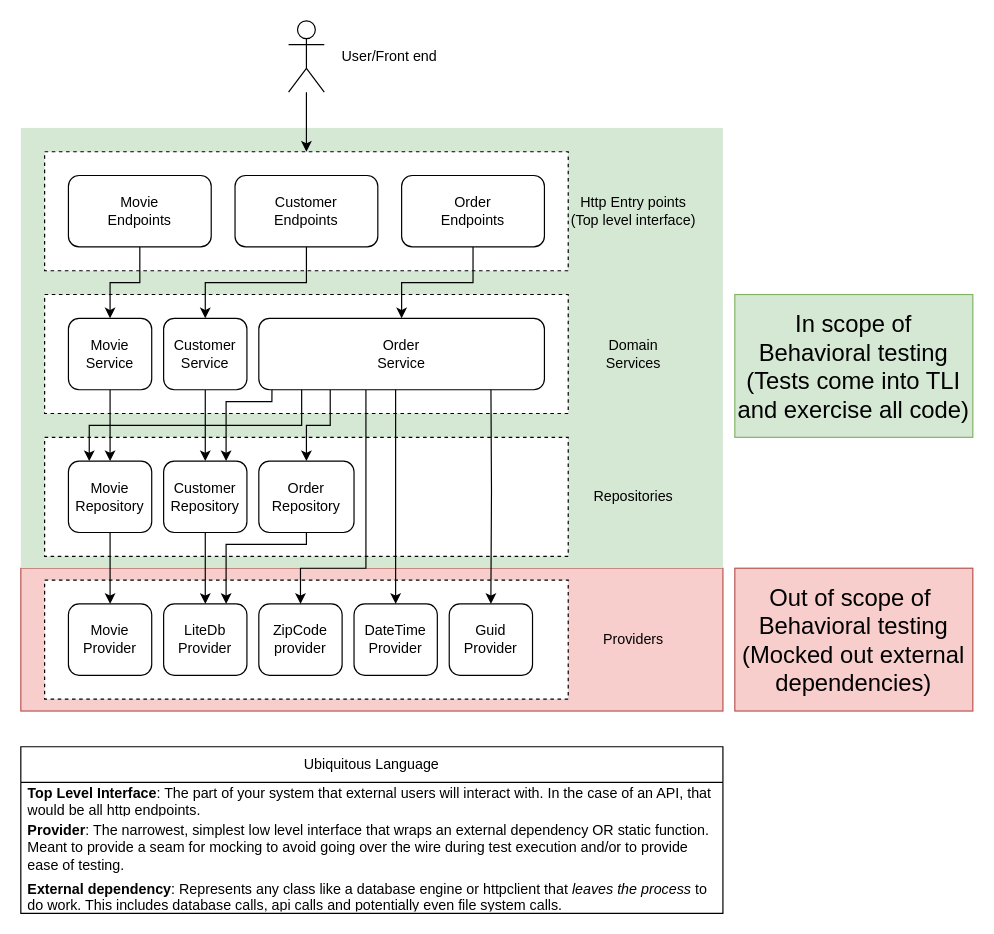
Jose-A-ProfessorFrink/BehavioralTesting keeps this draw.io diagram as SimpleOrderingSystemArchitecture.drawio. Above is the earlier version. Source tidied: cells renumbered, new cells numbered last; positions are measured from the earlier drawing's top-left corner, leaving out a move shared by most shapes. Both pictures are drawn from the tidied source at 119%, with x=0, y=0 at pixel (20, 20).
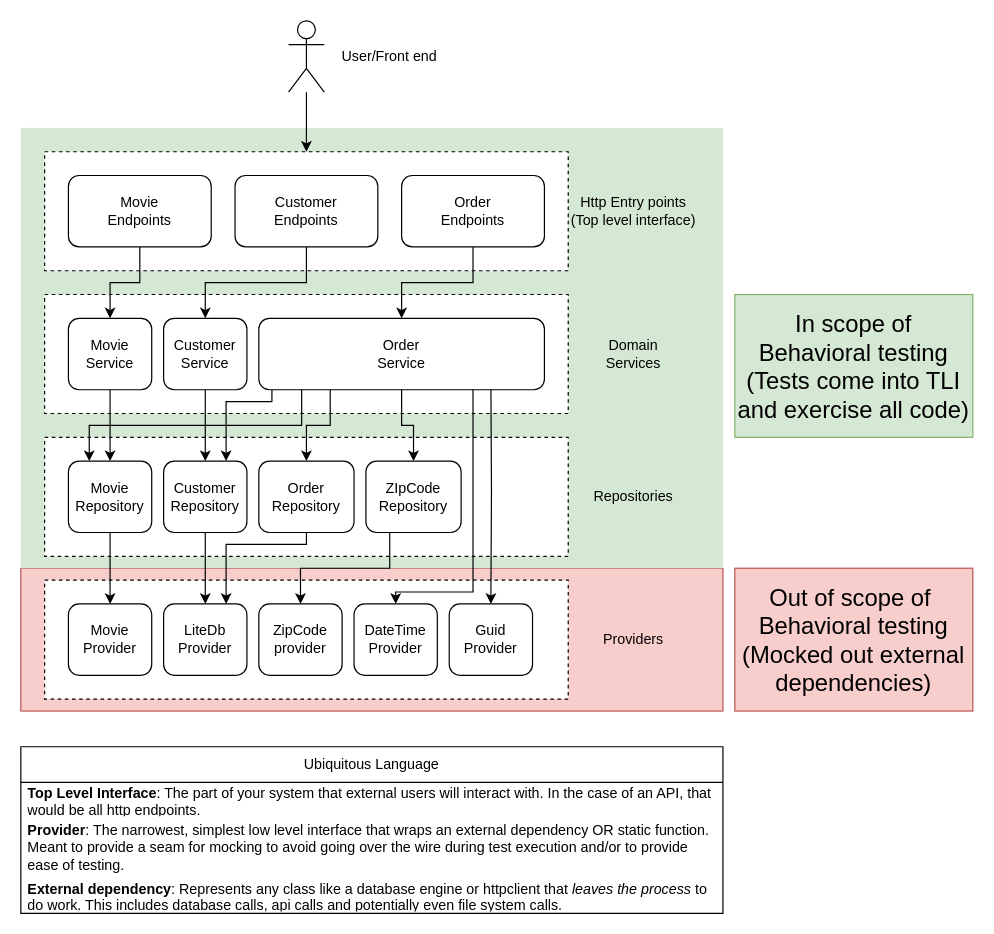
Above is the later version.

Commit message (it also covers changes not shown here):
Updates to arch diagram

Unchanged cells that the change refers to:
```xml
<mxCell id="25" value="Order&lt;br&gt;Service" style="rounded=1;whiteSpace=wrap;html=1;" parent="1" vertex="1">
  <mxGeometry x="200" y="250" width="240" height="60" as="geometry" />
</mxCell>
<mxCell id="39" value="ZipCode&lt;br&gt;provider" style="rounded=1;whiteSpace=wrap;html=1;" parent="1" vertex="1">
  <mxGeometry x="200" y="490" width="70" height="60" as="geometry" />
</mxCell>
<mxCell id="41" value="DateTime&lt;br&gt;Provider" style="rounded=1;whiteSpace=wrap;html=1;" parent="1" vertex="1">
  <mxGeometry x="280" y="490" width="70" height="60" as="geometry" />
</mxCell>
```

What changed in the source:
```diff
@@
     <mxCell id="22" style="edgeStyle=orthogonalEdgeStyle;rounded=0;jettySize=auto;html=1;exitX=0.479;exitY=0.833;exitDx=0;exitDy=0;exitPerimeter=0;" parent="1" edge="1" source="25" target="41">
-      <mxGeometry relative="1" as="geometry" />
+      <mxGeometry relative="1" as="geometry">
+        <Array as="points">
+          <mxPoint x="380" y="300" />
+          <mxPoint x="380" y="480" />
+          <mxPoint x="315" y="480" />
+        </Array>
+      </mxGeometry>
     </mxCell>
@@
-    <mxCell id="24" style="edgeStyle=orthogonalEdgeStyle;rounded=0;jettySize=auto;html=1;exitX=0.375;exitY=1;exitDx=0;exitDy=0;exitPerimeter=0;" parent="1" edge="1" source="25" target="39">
+    <mxCell id="24" style="edgeStyle=orthogonalEdgeStyle;rounded=0;jettySize=auto;html=1;exitX=0.5;exitY=1;exitDx=0;exitDy=0;" parent="1" edge="1" source="49" target="39">
       <mxGeometry relative="1" as="geometry">
         <Array as="points">
-          <mxPoint x="290" y="460" />
+          <mxPoint x="310" y="430" />
+          <mxPoint x="310" y="460" />
           <mxPoint x="235" y="460" />
         </Array>
       </mxGeometry>
     </mxCell>
@@
+    <mxCell id="49" value="ZIpCode&lt;br&gt;Repository" style="rounded=1;whiteSpace=wrap;html=1;" parent="1" vertex="1">
+      <mxGeometry x="290" y="370" width="80" height="60" as="geometry" />
+    </mxCell>
+    <mxCell id="50" style="edgeStyle=orthogonalEdgeStyle;rounded=0;jettySize=auto;html=1;entryX=0.5;entryY=0;entryDx=0;entryDy=0;exitX=0.5;exitY=1;exitDx=0;exitDy=0;" parent="1" edge="1" source="25" target="49">
+      <mxGeometry relative="1" as="geometry">
+        <Array as="points">
+          <mxPoint x="320" y="340" />
+          <mxPoint x="330" y="340" />
+        </Array>
+      </mxGeometry>
+    </mxCell>
```
